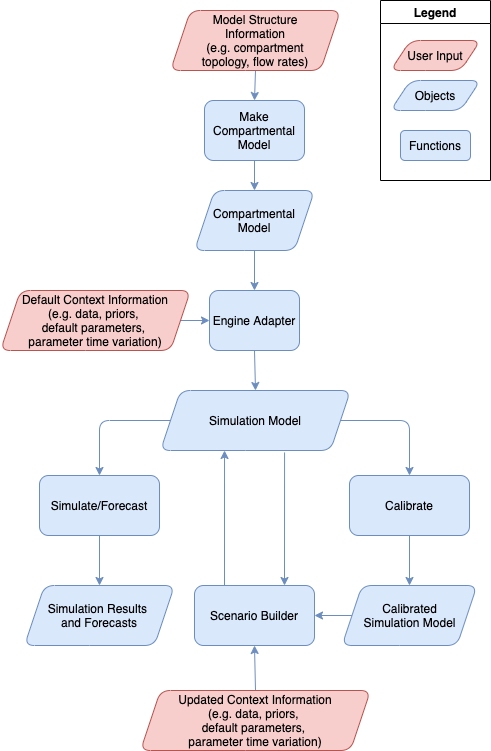
This is assets/target_architecture.png from mac-theobio/McMasterPandemic, a draw.io export, as it was before one commit. Source tidied: cells renumbered, new cells last; positions are measured from the earlier drawing's top-left corner, leaving out a move shared by most shapes. Source of this version:
```xml
<mxGraphModel>
  <root>
    <mxCell id="0" />
    <mxCell id="1" parent="0" />
    <mxCell id="2" style="edgeStyle=none;jumpStyle=arc;jumpSize=22;html=1;exitX=0.5;exitY=1;exitDx=0;exitDy=0;entryX=0.5;entryY=0;entryDx=0;entryDy=0;fillColor=#dae8fc;strokeColor=#6c8ebf;" parent="1" edge="1" source="3" target="7">
      <mxGeometry relative="1" as="geometry" />
    </mxCell>
    <mxCell id="3" value="Make Compartmental Model" style="rounded=1;whiteSpace=wrap;html=1;fillColor=#dae8fc;strokeColor=#6c8ebf;" parent="1" vertex="1">
      <mxGeometry x="204" y="100" width="100" height="60" as="geometry" />
    </mxCell>
    <mxCell id="4" style="edgeStyle=none;jumpStyle=arc;jumpSize=22;html=1;exitX=0.5;exitY=1;exitDx=0;exitDy=0;entryX=0.5;entryY=0;entryDx=0;entryDy=0;fillColor=#dae8fc;strokeColor=#6c8ebf;" parent="1" edge="1" source="5" target="3">
      <mxGeometry relative="1" as="geometry" />
    </mxCell>
    <mxCell id="5" value="Model Structure&lt;br&gt;Information&lt;br&gt;(e.g. compartment&lt;br&gt;topology, flow rates)" style="shape=parallelogram;perimeter=parallelogramPerimeter;whiteSpace=wrap;html=1;fixedSize=1;fillColor=#f8cecc;strokeColor=#b85450;rounded=1;" parent="1" vertex="1">
      <mxGeometry x="170" y="10" width="170" height="60" as="geometry" />
    </mxCell>
    <mxCell id="6" style="edgeStyle=none;html=1;exitX=0.5;exitY=1;exitDx=0;exitDy=0;entryX=0.5;entryY=0;entryDx=0;entryDy=0;strokeColor=#6c8ebf;fillColor=#dae8fc;" parent="1" edge="1" source="7" target="9">
      <mxGeometry relative="1" as="geometry" />
    </mxCell>
    <mxCell id="7" value="Compartmental Model" style="shape=parallelogram;perimeter=parallelogramPerimeter;whiteSpace=wrap;html=1;fixedSize=1;fillColor=#dae8fc;strokeColor=#6c8ebf;rounded=1;" parent="1" vertex="1">
      <mxGeometry x="194" y="190" width="120" height="60" as="geometry" />
    </mxCell>
    <mxCell id="8" style="edgeStyle=none;jumpStyle=arc;jumpSize=22;html=1;exitX=0.5;exitY=1;exitDx=0;exitDy=0;entryX=0.5;entryY=0;entryDx=0;entryDy=0;fillColor=#dae8fc;strokeColor=#6c8ebf;" parent="1" edge="1" source="9" target="13">
      <mxGeometry relative="1" as="geometry" />
    </mxCell>
    <mxCell id="9" value="Engine Adapter" style="rounded=1;whiteSpace=wrap;html=1;fillColor=#dae8fc;strokeColor=#6c8ebf;" parent="1" vertex="1">
      <mxGeometry x="209" y="290" width="90" height="60" as="geometry" />
    </mxCell>
    <mxCell id="10" style="edgeStyle=none;jumpStyle=arc;jumpSize=22;html=1;exitX=0;exitY=0.5;exitDx=0;exitDy=0;entryX=0.5;entryY=0;entryDx=0;entryDy=0;fillColor=#dae8fc;strokeColor=#6c8ebf;" parent="1" edge="1" source="13" target="15">
      <mxGeometry relative="1" as="geometry">
        <Array as="points">
          <mxPoint x="99" y="420" />
        </Array>
      </mxGeometry>
    </mxCell>
    <mxCell id="11" style="edgeStyle=none;jumpStyle=arc;jumpSize=22;html=1;exitX=1;exitY=0.5;exitDx=0;exitDy=0;entryX=0.5;entryY=0;entryDx=0;entryDy=0;fillColor=#dae8fc;strokeColor=#6c8ebf;" parent="1" edge="1" source="13" target="17">
      <mxGeometry relative="1" as="geometry">
        <Array as="points">
          <mxPoint x="409" y="420" />
        </Array>
      </mxGeometry>
    </mxCell>
    <mxCell id="12" style="edgeStyle=none;html=1;exitX=0.653;exitY=1.033;exitDx=0;exitDy=0;entryX=0.75;entryY=0;entryDx=0;entryDy=0;exitPerimeter=0;strokeColor=#6c8ebf;fillColor=#dae8fc;" parent="1" edge="1" source="13" target="22">
      <mxGeometry relative="1" as="geometry" />
    </mxCell>
    <mxCell id="13" value="Simulation Model" style="shape=parallelogram;perimeter=parallelogramPerimeter;whiteSpace=wrap;html=1;fixedSize=1;fillColor=#dae8fc;strokeColor=#6c8ebf;rounded=1;" parent="1" vertex="1">
      <mxGeometry x="160" y="390" width="190" height="60" as="geometry" />
    </mxCell>
    <mxCell id="14" style="edgeStyle=none;jumpStyle=arc;jumpSize=22;html=1;exitX=0.5;exitY=1;exitDx=0;exitDy=0;entryX=0.5;entryY=0;entryDx=0;entryDy=0;fillColor=#dae8fc;strokeColor=#6c8ebf;" parent="1" edge="1" source="15" target="20">
      <mxGeometry relative="1" as="geometry" />
    </mxCell>
    <mxCell id="15" value="Simulate/Forecast" style="rounded=1;whiteSpace=wrap;html=1;fillColor=#dae8fc;strokeColor=#6c8ebf;" parent="1" vertex="1">
      <mxGeometry x="39" y="475" width="120" height="60" as="geometry" />
    </mxCell>
    <mxCell id="16" style="edgeStyle=none;jumpStyle=arc;jumpSize=22;html=1;exitX=0.5;exitY=1;exitDx=0;exitDy=0;entryX=0.5;entryY=0;entryDx=0;entryDy=0;fillColor=#dae8fc;strokeColor=#6c8ebf;" parent="1" edge="1" source="17" target="19">
      <mxGeometry relative="1" as="geometry" />
    </mxCell>
    <mxCell id="17" value="Calibrate" style="rounded=1;whiteSpace=wrap;html=1;fillColor=#dae8fc;strokeColor=#6c8ebf;" parent="1" vertex="1">
      <mxGeometry x="349" y="475" width="120" height="60" as="geometry" />
    </mxCell>
    <mxCell id="18" style="edgeStyle=none;jumpStyle=arc;jumpSize=22;html=1;exitX=0;exitY=0.5;exitDx=0;exitDy=0;entryX=1;entryY=0.5;entryDx=0;entryDy=0;fillColor=#dae8fc;strokeColor=#6c8ebf;" parent="1" edge="1" source="19" target="22">
      <mxGeometry relative="1" as="geometry" />
    </mxCell>
    <mxCell id="19" value="Calibrated&lt;br&gt;Simulation Model" style="shape=parallelogram;perimeter=parallelogramPerimeter;whiteSpace=wrap;html=1;fixedSize=1;fillColor=#dae8fc;strokeColor=#6c8ebf;rounded=1;" parent="1" vertex="1">
      <mxGeometry x="341.5" y="585" width="135" height="60" as="geometry" />
    </mxCell>
    <mxCell id="20" value="Simulation Results &lt;br&gt;and Forecasts" style="shape=parallelogram;perimeter=parallelogramPerimeter;whiteSpace=wrap;html=1;fixedSize=1;fillColor=#dae8fc;strokeColor=#6c8ebf;rounded=1;" parent="1" vertex="1">
      <mxGeometry x="24" y="585" width="150" height="60" as="geometry" />
    </mxCell>
    <mxCell id="21" style="edgeStyle=none;html=1;exitX=0.25;exitY=0;exitDx=0;exitDy=0;entryX=0.337;entryY=1;entryDx=0;entryDy=0;entryPerimeter=0;strokeColor=#6c8ebf;fillColor=#dae8fc;" parent="1" edge="1" source="22" target="13">
      <mxGeometry relative="1" as="geometry" />
    </mxCell>
    <mxCell id="22" value="Scenario Builder" style="rounded=1;whiteSpace=wrap;html=1;fillColor=#dae8fc;strokeColor=#6c8ebf;" parent="1" vertex="1">
      <mxGeometry x="194" y="585" width="120" height="60" as="geometry" />
    </mxCell>
    <mxCell id="23" style="edgeStyle=none;jumpStyle=arc;jumpSize=22;html=1;exitX=0.5;exitY=1;exitDx=0;exitDy=0;entryX=0;entryY=0.5;entryDx=0;entryDy=0;fillColor=#dae8fc;strokeColor=#6c8ebf;" parent="1" edge="1" source="24" target="9">
      <mxGeometry relative="1" as="geometry">
        <Array as="points">
          <mxPoint x="99" y="320" />
        </Array>
      </mxGeometry>
    </mxCell>
    <mxCell id="24" value="Default Context Information&lt;br&gt;(e.g. data, priors, &lt;br&gt;default parameters, &lt;br&gt;parameter time variation)" style="shape=parallelogram;perimeter=parallelogramPerimeter;whiteSpace=wrap;html=1;fixedSize=1;fillColor=#f8cecc;strokeColor=#b85450;rounded=1;" parent="1" vertex="1">
      <mxGeometry y="290" width="190" height="60" as="geometry" />
    </mxCell>
    <mxCell id="25" value="Legend" style="swimlane;" parent="1" vertex="1">
      <mxGeometry x="380" width="110" height="180" as="geometry" />
    </mxCell>
    <mxCell id="26" value="Objects" style="shape=parallelogram;perimeter=parallelogramPerimeter;whiteSpace=wrap;html=1;fixedSize=1;fillColor=#dae8fc;strokeColor=#6c8ebf;rounded=1;" parent="25" vertex="1">
      <mxGeometry x="10" y="80" width="90" height="30" as="geometry" />
    </mxCell>
    <mxCell id="27" value="Functions" style="rounded=1;whiteSpace=wrap;html=1;fillColor=#dae8fc;strokeColor=#6c8ebf;" parent="25" vertex="1">
      <mxGeometry x="20" y="130" width="70" height="30" as="geometry" />
    </mxCell>
    <mxCell id="28" value="User Input" style="shape=parallelogram;perimeter=parallelogramPerimeter;whiteSpace=wrap;html=1;fixedSize=1;fillColor=#f8cecc;strokeColor=#b85450;rounded=1;" parent="25" vertex="1">
      <mxGeometry x="10" y="40" width="90" height="30" as="geometry" />
    </mxCell>
    <mxCell id="29" style="edgeStyle=none;html=1;exitX=0.5;exitY=0;exitDx=0;exitDy=0;entryX=0.5;entryY=1;entryDx=0;entryDy=0;strokeColor=#6c8ebf;fillColor=#dae8fc;" parent="1" edge="1" source="30" target="22">
      <mxGeometry relative="1" as="geometry" />
    </mxCell>
    <mxCell id="30" value="Updated Context Information&lt;br&gt;(e.g. data, priors, &lt;br&gt;default parameters, &lt;br&gt;parameter time variation)" style="shape=parallelogram;perimeter=parallelogramPerimeter;whiteSpace=wrap;html=1;fixedSize=1;fillColor=#f8cecc;strokeColor=#b85450;rounded=1;" parent="1" vertex="1">
      <mxGeometry x="140" y="690" width="230" height="60" as="geometry" />
    </mxCell>
  </root>
</mxGraphModel>
```
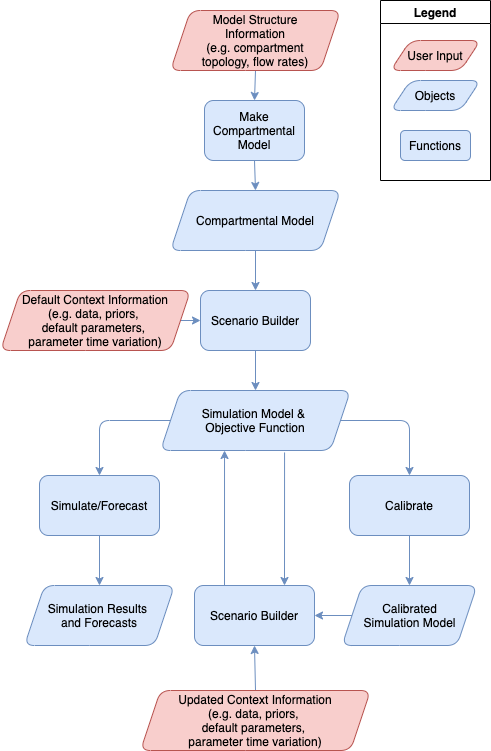
Above is the later version.

What changed in the source:
```diff
@@ -18,13 +18,13 @@
       <mxGeometry relative="1" as="geometry" />
     </mxCell>
     <mxCell id="7" value="Compartmental Model" style="shape=parallelogram;perimeter=parallelogramPerimeter;whiteSpace=wrap;html=1;fixedSize=1;fillColor=#dae8fc;strokeColor=#6c8ebf;rounded=1;" parent="1" vertex="1">
-      <mxGeometry x="194" y="190" width="120" height="60" as="geometry" />
+      <mxGeometry x="170" y="190" width="170" height="60" as="geometry" />
     </mxCell>
     <mxCell id="8" style="edgeStyle=none;jumpStyle=arc;jumpSize=22;html=1;exitX=0.5;exitY=1;exitDx=0;exitDy=0;entryX=0.5;entryY=0;entryDx=0;entryDy=0;fillColor=#dae8fc;strokeColor=#6c8ebf;" parent="1" edge="1" source="9" target="13">
       <mxGeometry relative="1" as="geometry" />
     </mxCell>
-    <mxCell id="9" value="Engine Adapter" style="rounded=1;whiteSpace=wrap;html=1;fillColor=#dae8fc;strokeColor=#6c8ebf;" parent="1" vertex="1">
-      <mxGeometry x="209" y="290" width="90" height="60" as="geometry" />
+    <mxCell id="9" value="Scenario Builder" style="rounded=1;whiteSpace=wrap;html=1;fillColor=#dae8fc;strokeColor=#6c8ebf;" parent="1" vertex="1">
+      <mxGeometry x="200" y="290" width="110" height="60" as="geometry" />
     </mxCell>
     <mxCell id="10" style="edgeStyle=none;jumpStyle=arc;jumpSize=22;html=1;exitX=0;exitY=0.5;exitDx=0;exitDy=0;entryX=0.5;entryY=0;entryDx=0;entryDy=0;fillColor=#dae8fc;strokeColor=#6c8ebf;" parent="1" edge="1" source="13" target="15">
       <mxGeometry relative="1" as="geometry">
@@ -43,7 +43,7 @@
     <mxCell id="12" style="edgeStyle=none;html=1;exitX=0.653;exitY=1.033;exitDx=0;exitDy=0;entryX=0.75;entryY=0;entryDx=0;entryDy=0;exitPerimeter=0;strokeColor=#6c8ebf;fillColor=#dae8fc;" parent="1" edge="1" source="13" target="22">
       <mxGeometry relative="1" as="geometry" />
     </mxCell>
-    <mxCell id="13" value="Simulation Model" style="shape=parallelogram;perimeter=parallelogramPerimeter;whiteSpace=wrap;html=1;fixedSize=1;fillColor=#dae8fc;strokeColor=#6c8ebf;rounded=1;" parent="1" vertex="1">
+    <mxCell id="13" value="Simulation Model &amp;amp; &lt;br&gt;Objective Function" style="shape=parallelogram;perimeter=parallelogramPerimeter;whiteSpace=wrap;html=1;fixedSize=1;fillColor=#dae8fc;strokeColor=#6c8ebf;rounded=1;" parent="1" vertex="1">
       <mxGeometry x="160" y="390" width="190" height="60" as="geometry" />
     </mxCell>
     <mxCell id="14" style="edgeStyle=none;jumpStyle=arc;jumpSize=22;html=1;exitX=0.5;exitY=1;exitDx=0;exitDy=0;entryX=0.5;entryY=0;entryDx=0;entryDy=0;fillColor=#dae8fc;strokeColor=#6c8ebf;" parent="1" edge="1" source="15" target="20">
```
